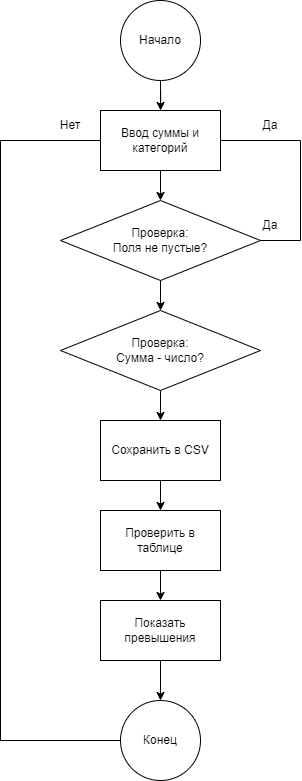
The draw.io diagram Блок-схема алгоритма.png in sxd0/control_money, before a commit. Source tidied: cells renumbered, new cells last; positions are measured from the earlier drawing's top-left corner, leaving out a move shared by most shapes. Its diagram source:
```xml
<mxGraphModel>
  <root>
    <mxCell id="0" />
    <mxCell id="1" parent="0" />
    <mxCell id="2" style="edgeStyle=orthogonalEdgeStyle;rounded=0;jettySize=auto;html=1;exitX=0.5;exitY=1;exitDx=0;exitDy=0;entryX=0.5;entryY=0;entryDx=0;entryDy=0;" parent="1" edge="1" source="3" target="5">
      <mxGeometry relative="1" as="geometry" />
    </mxCell>
    <mxCell id="3" value="Ввод суммы и категорий" style="rounded=0;whiteSpace=wrap;html=1;" parent="1" vertex="1">
      <mxGeometry x="100" y="110" width="120" height="60" as="geometry" />
    </mxCell>
    <mxCell id="4" style="edgeStyle=orthogonalEdgeStyle;rounded=0;jettySize=auto;html=1;exitX=0.5;exitY=1;exitDx=0;exitDy=0;entryX=0.5;entryY=0;entryDx=0;entryDy=0;" parent="1" edge="1" source="5" target="7">
      <mxGeometry relative="1" as="geometry" />
    </mxCell>
    <mxCell id="5" value="Проверка:&lt;div&gt;Поля не пустые?&lt;/div&gt;" style="rhombus;whiteSpace=wrap;html=1;" parent="1" vertex="1">
      <mxGeometry x="60" y="200" width="200" height="80" as="geometry" />
    </mxCell>
    <mxCell id="6" style="edgeStyle=orthogonalEdgeStyle;rounded=0;jettySize=auto;html=1;exitX=0.5;exitY=1;exitDx=0;exitDy=0;entryX=0.5;entryY=0;entryDx=0;entryDy=0;" parent="1" edge="1" source="7" target="9">
      <mxGeometry relative="1" as="geometry" />
    </mxCell>
    <mxCell id="7" value="Проверка:&lt;div&gt;Сумма - число?&lt;/div&gt;" style="rhombus;whiteSpace=wrap;html=1;" parent="1" vertex="1">
      <mxGeometry x="60" y="310" width="200" height="80" as="geometry" />
    </mxCell>
    <mxCell id="8" style="edgeStyle=orthogonalEdgeStyle;rounded=0;jettySize=auto;html=1;exitX=0.5;exitY=1;exitDx=0;exitDy=0;entryX=0.5;entryY=0;entryDx=0;entryDy=0;" parent="1" edge="1" source="9" target="11">
      <mxGeometry relative="1" as="geometry" />
    </mxCell>
    <mxCell id="9" value="Сохранить в CSV" style="rounded=0;whiteSpace=wrap;html=1;" parent="1" vertex="1">
      <mxGeometry x="100" y="420" width="120" height="60" as="geometry" />
    </mxCell>
    <mxCell id="10" style="edgeStyle=orthogonalEdgeStyle;rounded=0;jettySize=auto;html=1;exitX=0.5;exitY=1;exitDx=0;exitDy=0;entryX=0.5;entryY=0;entryDx=0;entryDy=0;" parent="1" edge="1" source="11" target="13">
      <mxGeometry relative="1" as="geometry" />
    </mxCell>
    <mxCell id="11" value="Проверить в таблице" style="rounded=0;whiteSpace=wrap;html=1;" parent="1" vertex="1">
      <mxGeometry x="100" y="510" width="120" height="60" as="geometry" />
    </mxCell>
    <mxCell id="12" style="edgeStyle=orthogonalEdgeStyle;rounded=0;jettySize=auto;html=1;exitX=0.5;exitY=1;exitDx=0;exitDy=0;entryX=0.5;entryY=0;entryDx=0;entryDy=0;" parent="1" edge="1" source="13" target="14">
      <mxGeometry relative="1" as="geometry" />
    </mxCell>
    <mxCell id="13" value="Показать превышения" style="rounded=0;whiteSpace=wrap;html=1;" parent="1" vertex="1">
      <mxGeometry x="100" y="600" width="120" height="60" as="geometry" />
    </mxCell>
    <mxCell id="14" value="Конец" style="ellipse;whiteSpace=wrap;html=1;" parent="1" vertex="1">
      <mxGeometry x="120" y="700" width="80" height="80" as="geometry" />
    </mxCell>
    <mxCell id="15" style="edgeStyle=orthogonalEdgeStyle;rounded=0;jettySize=auto;html=1;exitX=0.5;exitY=1;exitDx=0;exitDy=0;" parent="1" edge="1" source="16" target="3">
      <mxGeometry relative="1" as="geometry" />
    </mxCell>
    <mxCell id="16" value="Начало" style="ellipse;whiteSpace=wrap;html=1;" parent="1" vertex="1">
      <mxGeometry x="120" width="80" height="80" as="geometry" />
    </mxCell>
    <mxCell id="17" style="endArrow=none;html=1;rounded=0;exitX=1;exitY=0.5;exitDx=0;exitDy=0;entryX=1;entryY=0.5;entryDx=0;entryDy=0;" parent="1" edge="1" source="3" target="5">
      <mxGeometry relative="1" as="geometry">
        <Array as="points">
          <mxPoint x="300" y="140" />
          <mxPoint x="300" y="240" />
        </Array>
      </mxGeometry>
    </mxCell>
    <mxCell id="18" value="Да" style="text;html=1;align=center;verticalAlign=middle;whiteSpace=wrap;rounded=0;" parent="1" vertex="1">
      <mxGeometry x="240" y="110" width="60" height="30" as="geometry" />
    </mxCell>
    <mxCell id="19" value="Да" style="text;html=1;align=center;verticalAlign=middle;whiteSpace=wrap;rounded=0;" parent="1" vertex="1">
      <mxGeometry x="240" y="210" width="60" height="30" as="geometry" />
    </mxCell>
    <mxCell id="20" style="endArrow=none;html=1;rounded=0;entryX=0;entryY=0.5;entryDx=0;entryDy=0;exitX=0;exitY=0.5;exitDx=0;exitDy=0;" parent="1" edge="1" source="14" target="3">
      <mxGeometry relative="1" as="geometry">
        <Array as="points">
          <mxPoint y="740" />
          <mxPoint y="140" />
        </Array>
      </mxGeometry>
    </mxCell>
    <mxCell id="21" value="Нет" style="text;html=1;align=center;verticalAlign=middle;whiteSpace=wrap;rounded=0;" parent="1" vertex="1">
      <mxGeometry x="40" y="110" width="60" height="30" as="geometry" />
    </mxCell>
  </root>
</mxGraphModel>
```
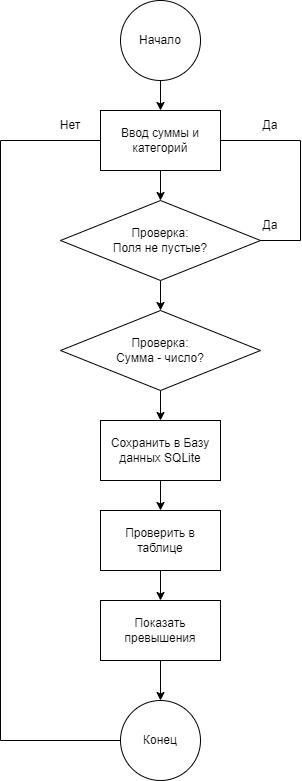
The same diagram one commit later.

Change to the diagram source:
```diff
@@ -23,7 +23,7 @@
     <mxCell id="8" style="edgeStyle=orthogonalEdgeStyle;rounded=0;jettySize=auto;html=1;exitX=0.5;exitY=1;exitDx=0;exitDy=0;entryX=0.5;entryY=0;entryDx=0;entryDy=0;" parent="1" edge="1" source="9" target="11">
       <mxGeometry relative="1" as="geometry" />
     </mxCell>
-    <mxCell id="9" value="Сохранить в CSV" style="rounded=0;whiteSpace=wrap;html=1;" parent="1" vertex="1">
+    <mxCell id="9" value="Сохранить в Базу данных SQLite" style="rounded=0;whiteSpace=wrap;html=1;" parent="1" vertex="1">
       <mxGeometry x="100" y="420" width="120" height="60" as="geometry" />
     </mxCell>
     <mxCell id="10" style="edgeStyle=orthogonalEdgeStyle;rounded=0;jettySize=auto;html=1;exitX=0.5;exitY=1;exitDx=0;exitDy=0;entryX=0.5;entryY=0;entryDx=0;entryDy=0;" parent="1" edge="1" source="11" target="13">
```
